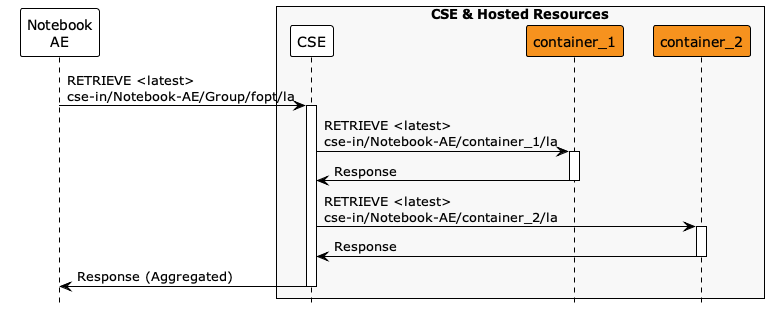
Earlier version of the PlantUML export images/04/retrieve_latest.png (ankraft/onem2m-jupyter-notebooks).
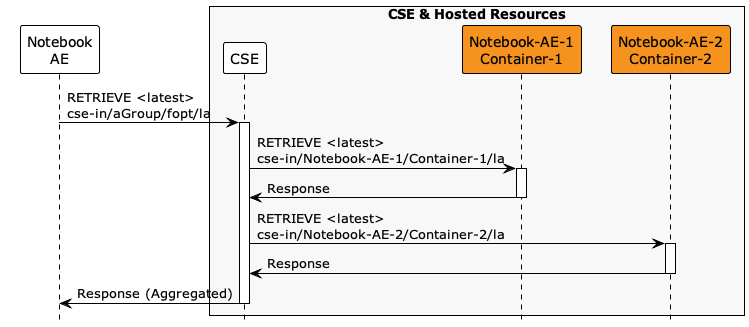
After the change.

Commit message:
Updated Group notebook. Now we work with 2 AE sub trees

The edit, as a diff of the source:
```diff
@@ -7,15 +7,15 @@
 participant "Notebook\nAE" as AE
 box "CSE & Hosted Resources" #f8f8f8
 participant "CSE" as CSE
-participant "container_1" as container_1 #F6921E
-participant "container_2" as container_2 #F6921E
+participant "Notebook-AE-1\nContainer-1" as container1 #F6921E
+participant "Notebook-AE-2\nContainer-2" as container2 #F6921E
 end box
 
-AE -> CSE ++: RETRIEVE <latest>\ncse-in/Notebook-AE/Group/fopt/la
-CSE -> container_1 ++: RETRIEVE <latest>\ncse-in/Notebook-AE/container_1/la
-CSE <- container_1 --: Response
-CSE -> container_2 ++: RETRIEVE <latest>\ncse-in/Notebook-AE/container_2/la
-CSE <- container_2 --: Response
+AE -> CSE ++: RETRIEVE <latest>\ncse-in/aGroup/fopt/la
+CSE -> container1 ++: RETRIEVE <latest>\ncse-in/Notebook-AE-1/Container-1/la
+CSE <- container1 --: Response
+CSE -> container2 ++: RETRIEVE <latest>\ncse-in/Notebook-AE-2/Container-2/la
+CSE <- container2 --: Response
 AE <- CSE --: Response (Aggregated)
 
 @enduml
```
